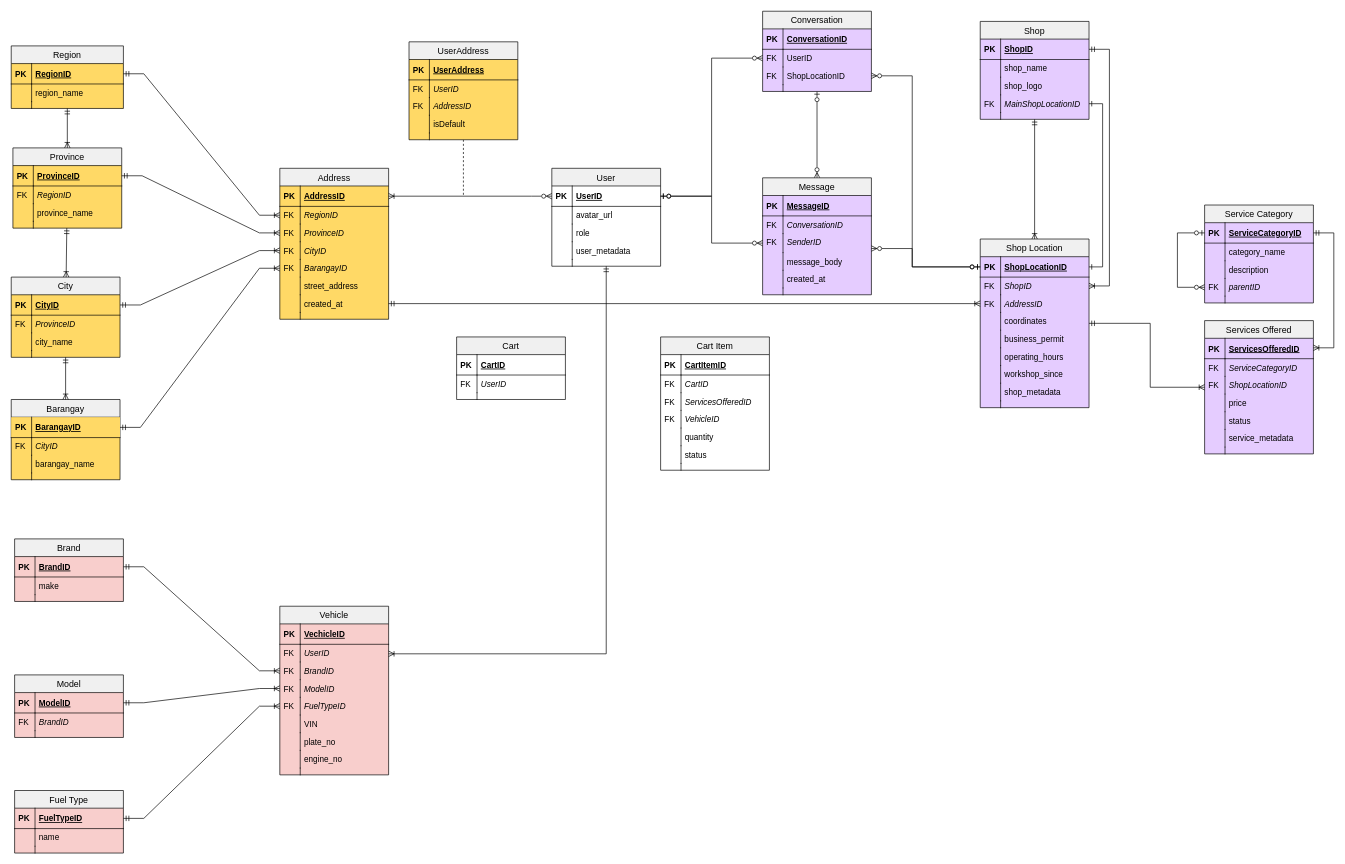
PitZza04/drawIO keeps this draw.io diagram as Final Automate ERD.drawio. Above is the earlier version. Source tidied: cells renumbered, new cells numbered last; positions are measured from the earlier drawing's top-left corner, leaving out a move shared by most shapes. Both pictures are drawn from the tidied source at 68%, with x=0, y=0 at pixel (11, 11).
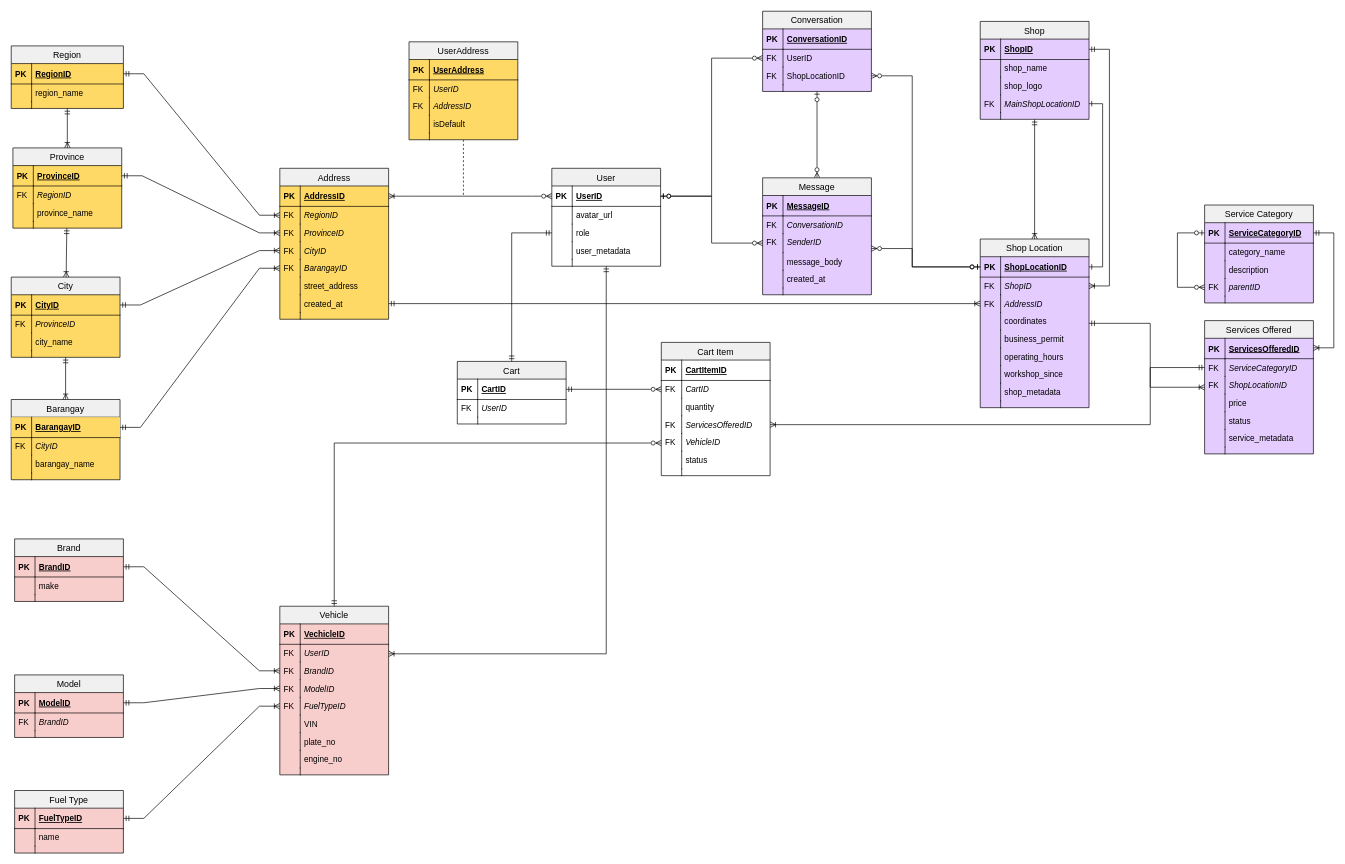
Above is the later version.

Unchanged cells that the change refers to:
```xml
<mxCell id="7" value="role" style="shape=partialRectangle;top=0;left=0;right=0;bottom=0;align=left;verticalAlign=top;fillColor=none;spacingLeft=34;spacingRight=4;overflow=hidden;points=[[0,0.5],[1,0.5]];portConstraint=eastwest;rounded=0;" parent="2" vertex="1">
  <mxGeometry y="82" width="160" height="26" as="geometry" />
</mxCell>
<mxCell id="175" value="ServiceCategoryID" style="shape=partialRectangle;top=0;left=0;right=0;bottom=0;align=left;verticalAlign=top;fillColor=none;spacingLeft=34;spacingRight=4;overflow=hidden;points=[[0,0.5],[1,0.5]];portConstraint=eastwest;rounded=0;fontStyle=2;" parent="172" vertex="1">
  <mxGeometry y="56" width="160" height="26" as="geometry" />
</mxCell>
<mxCell id="219" value="CartID" style="shape=partialRectangle;top=0;left=0;right=0;bottom=1;align=left;verticalAlign=middle;fillColor=none;spacingLeft=34;spacingRight=4;overflow=hidden;points=[[0,0.5],[1,0.5]];portConstraint=eastwest;fontStyle=5;rounded=0;" parent="218" vertex="1">
  <mxGeometry y="26" width="160" height="30" as="geometry" />
</mxCell>
<mxCell id="228" value="CartID" style="shape=partialRectangle;top=0;left=0;right=0;bottom=0;align=left;verticalAlign=top;fillColor=none;spacingLeft=34;spacingRight=4;overflow=hidden;points=[[0,0.5],[1,0.5]];portConstraint=eastwest;rounded=0;fontStyle=2;" parent="225" vertex="1">
  <mxGeometry y="56" width="160" height="26" as="geometry" />
</mxCell>
```

Change to the diagram source:
```diff
@@
     <mxCell id="218" value="Cart" style="swimlane;fontStyle=0;horizontal=1;startSize=26;fillColor=#F0F0F0;swimlaneFillColor=none;align=center;strokeWidth=1;fontSize=13;strokeColor=#000000;rounded=0;" parent="1" vertex="1">
-      <mxGeometry x="655" y="479" width="160" height="92" as="geometry" />
+      <mxGeometry x="656" y="515" width="160" height="92" as="geometry" />
     </mxCell>
@@
     <mxCell id="225" value="Cart Item" style="swimlane;fontStyle=0;horizontal=1;startSize=26;fillColor=#F0F0F0;swimlaneFillColor=none;align=center;strokeWidth=1;fontSize=13;strokeColor=#000000;rounded=0;" parent="1" vertex="1">
-      <mxGeometry x="955" y="479" width="160" height="196" as="geometry" />
+      <mxGeometry x="956" y="487" width="160" height="196" as="geometry" />
     </mxCell>
@@
+    <mxCell id="234" value="quantity" style="shape=partialRectangle;top=0;left=0;right=0;bottom=0;align=left;verticalAlign=top;fillColor=none;spacingLeft=34;spacingRight=4;overflow=hidden;rounded=0;fontStyle=0;" parent="225" vertex="1">
+      <mxGeometry y="82" width="160" height="26" as="geometry" />
+    </mxCell>
+    <mxCell id="235" style="shape=partialRectangle;top=0;left=0;bottom=0;fillColor=none;align=left;verticalAlign=top;spacingLeft=4;spacingRight=4;overflow=hidden;rounded=0;" parent="234" vertex="1">
+      <mxGeometry width="30" height="26" as="geometry" />
+    </mxCell>
     <mxCell id="230" value="ServicesOfferedID" style="shape=partialRectangle;top=0;left=0;right=0;bottom=0;align=left;verticalAlign=top;fillColor=none;spacingLeft=34;spacingRight=4;overflow=hidden;points=[[0,0.5],[1,0.5]];portConstraint=eastwest;rounded=0;fontStyle=2;" parent="225" vertex="1">
-      <mxGeometry y="82" width="160" height="26" as="geometry" />
+      <mxGeometry y="108" width="160" height="26" as="geometry" />
     </mxCell>
@@
     <mxCell id="232" value="VehicleID" style="shape=partialRectangle;top=0;left=0;right=0;bottom=0;align=left;verticalAlign=top;fillColor=none;spacingLeft=34;spacingRight=4;overflow=hidden;points=[[0,0.5],[1,0.5]];portConstraint=eastwest;rounded=0;fontStyle=2;" parent="225" vertex="1">
-      <mxGeometry y="108" width="160" height="26" as="geometry" />
+      <mxGeometry y="134" width="160" height="26" as="geometry" />
     </mxCell>
@@
-    <mxCell id="234" value="quantity" style="shape=partialRectangle;top=0;left=0;right=0;bottom=0;align=left;verticalAlign=top;fillColor=none;spacingLeft=34;spacingRight=4;overflow=hidden;rounded=0;fontStyle=0;" parent="225" vertex="1">
-      <mxGeometry y="134" width="160" height="26" as="geometry" />
-    </mxCell>
-    <mxCell id="235" style="shape=partialRectangle;top=0;left=0;bottom=0;fillColor=none;align=left;verticalAlign=top;spacingLeft=4;spacingRight=4;overflow=hidden;rounded=0;" parent="234" vertex="1">
-      <mxGeometry width="30" height="26" as="geometry" />
-    </mxCell>
@@
+    <mxCell id="240" style="edgeStyle=orthogonalEdgeStyle;rounded=0;jettySize=auto;html=1;endArrow=ERzeroToMany;endFill=0;startArrow=ERmandOne;startFill=0;" parent="1" edge="1" target="232">
+      <mxGeometry relative="1" as="geometry">
+        <mxPoint x="475" y="875" as="sourcePoint" />
+        <Array as="points">
+          <mxPoint x="475" y="635" />
+        </Array>
+      </mxGeometry>
+    </mxCell>
+    <mxCell id="241" style="edgeStyle=orthogonalEdgeStyle;rounded=0;jettySize=auto;html=1;exitX=0;exitY=0.5;exitDx=0;exitDy=0;startArrow=ERmandOne;startFill=0;endArrow=ERmandOne;endFill=0;" parent="1" edge="1" source="7" target="218">
+      <mxGeometry relative="1" as="geometry" />
+    </mxCell>
+    <mxCell id="242" style="edgeStyle=orthogonalEdgeStyle;rounded=0;jettySize=auto;html=1;exitX=1;exitY=0.5;exitDx=0;exitDy=0;endArrow=ERzeroToMany;endFill=0;startArrow=ERmandOne;startFill=0;" parent="1" edge="1" source="219" target="228">
+      <mxGeometry relative="1" as="geometry" />
+    </mxCell>
+    <mxCell id="243" style="edgeStyle=orthogonalEdgeStyle;rounded=0;jettySize=auto;html=1;startArrow=ERmandOne;startFill=0;endArrow=ERoneToMany;endFill=0;" parent="1" edge="1" source="175" target="230">
+      <mxGeometry relative="1" as="geometry">
+        <Array as="points">
+          <mxPoint x="1675" y="524" />
+          <mxPoint x="1675" y="608" />
+        </Array>
+      </mxGeometry>
+    </mxCell>
```
